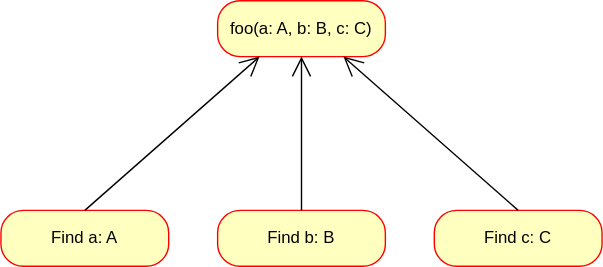
Earlier version of the draw.io export fig/agsy_all_branches.svg (kilpkonn/msc-thesis). Source tidied: cells renumbered, new cells last; positions are measured from the earlier drawing's top-left corner, leaving out a move shared by most shapes. Source of this version:
```xml
<mxGraphModel>
  <root>
    <mxCell id="0" />
    <mxCell id="1" parent="0" />
    <mxCell id="2" value="foo(a: A, b: B, c: C)" style="rounded=1;whiteSpace=wrap;html=1;arcSize=40;fontColor=#000000;fillColor=#ffffc0;strokeColor=#ff0000;" parent="1" vertex="1">
      <mxGeometry x="155" width="120" height="40" as="geometry" />
    </mxCell>
    <mxCell id="3" value="Find a: A" style="rounded=1;whiteSpace=wrap;html=1;arcSize=40;fontColor=#000000;fillColor=#ffffc0;strokeColor=#ff0000;" parent="1" vertex="1">
      <mxGeometry y="150" width="120" height="40" as="geometry" />
    </mxCell>
    <mxCell id="4" value="Find b: B" style="rounded=1;whiteSpace=wrap;html=1;arcSize=40;fontColor=#000000;fillColor=#ffffc0;strokeColor=#ff0000;" parent="1" vertex="1">
      <mxGeometry x="155" y="150" width="120" height="40" as="geometry" />
    </mxCell>
    <mxCell id="5" value="Find c: C" style="rounded=1;whiteSpace=wrap;html=1;arcSize=40;fontColor=#000000;fillColor=#ffffc0;strokeColor=#ff0000;" parent="1" vertex="1">
      <mxGeometry x="310" y="150" width="120" height="40" as="geometry" />
    </mxCell>
    <mxCell id="6" style="endArrow=open;endFill=1;endSize=12;html=1;rounded=0;exitX=0.5;exitY=0;exitDx=0;exitDy=0;entryX=0.25;entryY=1;entryDx=0;entryDy=0;" parent="1" edge="1" source="3" target="2">
      <mxGeometry relative="1" as="geometry" />
    </mxCell>
    <mxCell id="7" style="endArrow=open;endFill=1;endSize=12;html=1;rounded=0;exitX=0.5;exitY=0;exitDx=0;exitDy=0;entryX=0.5;entryY=1;entryDx=0;entryDy=0;" parent="1" edge="1" source="4" target="2">
      <mxGeometry relative="1" as="geometry" />
    </mxCell>
    <mxCell id="8" style="endArrow=open;endFill=1;endSize=12;html=1;rounded=0;exitX=0.5;exitY=0;exitDx=0;exitDy=0;entryX=0.75;entryY=1;entryDx=0;entryDy=0;" parent="1" edge="1" source="5" target="2">
      <mxGeometry relative="1" as="geometry" />
    </mxCell>
  </root>
</mxGraphModel>
```
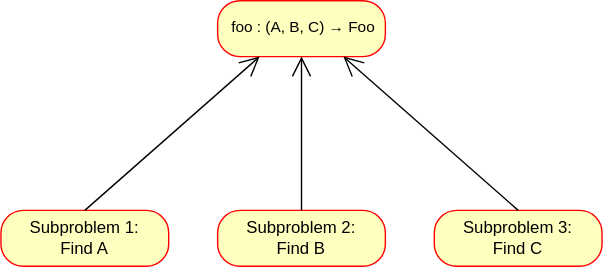
After the commit.

Change to the diagram source:
```diff
@@ -2,16 +2,16 @@
   <root>
     <mxCell id="0" />
     <mxCell id="1" parent="0" />
-    <mxCell id="2" value="foo(a: A, b: B, c: C)" style="rounded=1;whiteSpace=wrap;html=1;arcSize=40;fontColor=#000000;fillColor=#ffffc0;strokeColor=#ff0000;" parent="1" vertex="1">
+    <mxCell id="2" value="&lt;pre&gt;&lt;font face=&quot;Helvetica&quot; style=&quot;font-size: 11px;&quot;&gt; foo : (A, B, C) → Foo&lt;/font&gt;&lt;/pre&gt;" style="rounded=1;whiteSpace=wrap;html=1;arcSize=40;fontColor=#000000;fillColor=#ffffc0;strokeColor=#ff0000;" parent="1" vertex="1">
       <mxGeometry x="155" width="120" height="40" as="geometry" />
     </mxCell>
-    <mxCell id="3" value="Find a: A" style="rounded=1;whiteSpace=wrap;html=1;arcSize=40;fontColor=#000000;fillColor=#ffffc0;strokeColor=#ff0000;" parent="1" vertex="1">
+    <mxCell id="3" value="Subproblem 1:&lt;br&gt;Find A" style="rounded=1;whiteSpace=wrap;html=1;arcSize=40;fontColor=#000000;fillColor=#ffffc0;strokeColor=#ff0000;" parent="1" vertex="1">
       <mxGeometry y="150" width="120" height="40" as="geometry" />
     </mxCell>
-    <mxCell id="4" value="Find b: B" style="rounded=1;whiteSpace=wrap;html=1;arcSize=40;fontColor=#000000;fillColor=#ffffc0;strokeColor=#ff0000;" parent="1" vertex="1">
+    <mxCell id="4" value="Subproblem 2:&lt;br&gt;Find B" style="rounded=1;whiteSpace=wrap;html=1;arcSize=40;fontColor=#000000;fillColor=#ffffc0;strokeColor=#ff0000;" parent="1" vertex="1">
       <mxGeometry x="155" y="150" width="120" height="40" as="geometry" />
     </mxCell>
-    <mxCell id="5" value="Find c: C" style="rounded=1;whiteSpace=wrap;html=1;arcSize=40;fontColor=#000000;fillColor=#ffffc0;strokeColor=#ff0000;" parent="1" vertex="1">
+    <mxCell id="5" value="Subproblem 3:&lt;br&gt;Find C" style="rounded=1;whiteSpace=wrap;html=1;arcSize=40;fontColor=#000000;fillColor=#ffffc0;strokeColor=#ff0000;" parent="1" vertex="1">
       <mxGeometry x="310" y="150" width="120" height="40" as="geometry" />
     </mxCell>
     <mxCell id="6" style="endArrow=open;endFill=1;endSize=12;html=1;rounded=0;exitX=0.5;exitY=0;exitDx=0;exitDy=0;entryX=0.25;entryY=1;entryDx=0;entryDy=0;" parent="1" edge="1" source="3" target="2">
```
